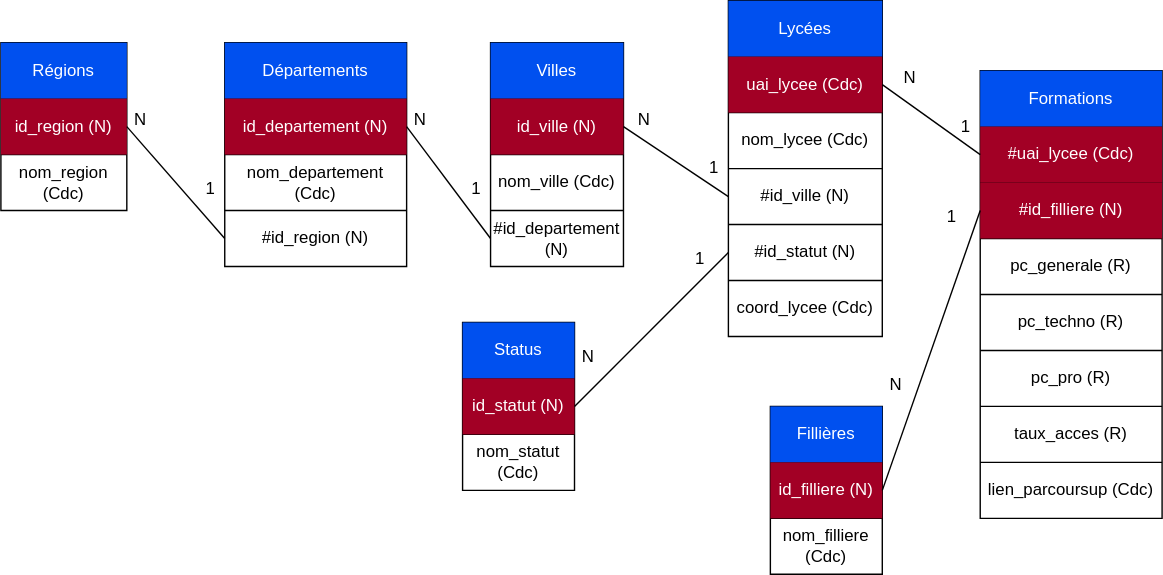
Earlier version of the draw.io export Conception/base.svg (elouan660/prepa-CLI). Source tidied: cells renumbered, new cells last; positions are measured from the earlier drawing's top-left corner, leaving out a move shared by most shapes.
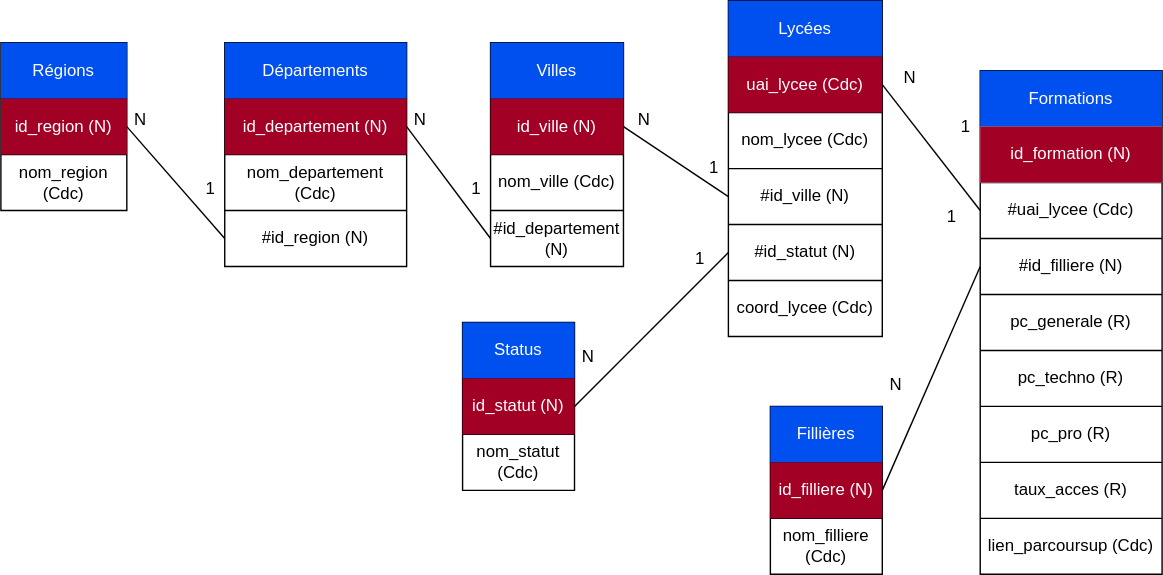
After the commit.

What changed in the source:
```diff
@@ -117,7 +117,7 @@
       <mxGeometry width="110" height="40" as="geometry" />
     </mxCell>
     <mxCell id="40" style="shape=table;startSize=0;" parent="1" vertex="1">
-      <mxGeometry x="700" y="50" width="130" height="320" as="geometry" />
+      <mxGeometry x="700" y="50" width="130" height="360" as="geometry" />
     </mxCell>
     <mxCell id="41" style="shape=tableRow;horizontal=0;startSize=0;swimlaneHead=0;swimlaneBody=0;top=0;left=0;bottom=0;right=0;fillColor=none;" parent="40" vertex="1">
       <mxGeometry width="130" height="40" as="geometry" />
@@ -125,44 +125,50 @@
     <mxCell id="42" value="Formations" style="shape=partialRectangle;html=1;whiteSpace=wrap;overflow=hidden;fillColor=#0050ef;top=0;left=0;bottom=0;right=0;fontColor=#ffffff;strokeColor=#001DBC;" parent="41" vertex="1">
       <mxGeometry width="130" height="40" as="geometry" />
     </mxCell>
+    <mxCell id="89" style="shape=tableRow;horizontal=0;startSize=0;swimlaneHead=0;swimlaneBody=0;top=0;left=0;bottom=0;right=0;" parent="40" vertex="1">
+      <mxGeometry y="40" width="130" height="40" as="geometry" />
+    </mxCell>
+    <mxCell id="90" value="id_formation (N)" style="shape=partialRectangle;html=1;whiteSpace=wrap;overflow=hidden;fillColor=#a20025;top=0;left=0;bottom=0;right=0;fontColor=#ffffff;strokeColor=#6F0000;" parent="89" vertex="1">
+      <mxGeometry width="130" height="40" as="geometry" />
+    </mxCell>
     <mxCell id="43" style="shape=tableRow;horizontal=0;startSize=0;swimlaneHead=0;swimlaneBody=0;top=0;left=0;bottom=0;right=0;fillColor=none;points=[[0,0.5],[1,0.5]];portConstraint=eastwest;" parent="40" vertex="1">
-      <mxGeometry y="40" width="130" height="40" as="geometry" />
+      <mxGeometry y="80" width="130" height="40" as="geometry" />
     </mxCell>
-    <mxCell id="44" value="#uai_lycee (Cdc)" style="shape=partialRectangle;html=1;whiteSpace=wrap;overflow=hidden;fillColor=#a20025;top=0;left=0;bottom=0;right=0;fontColor=#ffffff;strokeColor=#6F0000;" parent="43" vertex="1">
+    <mxCell id="44" value="&lt;font color=&quot;#000000&quot;&gt;#uai_lycee (Cdc)&lt;/font&gt;" style="shape=partialRectangle;html=1;whiteSpace=wrap;overflow=hidden;fillColor=none;top=0;left=0;bottom=0;right=0;fontColor=#ffffff;strokeColor=#F0F0F0;" parent="43" vertex="1">
       <mxGeometry width="130" height="40" as="geometry" />
     </mxCell>
     <mxCell id="45" style="shape=tableRow;horizontal=0;startSize=0;swimlaneHead=0;swimlaneBody=0;top=0;left=0;bottom=0;right=0;fillColor=none;points=[[0,0.5],[1,0.5]];portConstraint=eastwest;" parent="40" vertex="1">
-      <mxGeometry y="80" width="130" height="40" as="geometry" />
+      <mxGeometry y="120" width="130" height="40" as="geometry" />
     </mxCell>
-    <mxCell id="46" value="#id_filliere (N)" style="shape=partialRectangle;html=1;whiteSpace=wrap;overflow=hidden;fillColor=#a20025;top=0;left=0;bottom=0;right=0;fontColor=#ffffff;strokeColor=#6F0000;" parent="45" vertex="1">
+    <mxCell id="46" value="&lt;font color=&quot;#000000&quot;&gt;#id_filliere (N)&lt;/font&gt;" style="shape=partialRectangle;html=1;whiteSpace=wrap;overflow=hidden;fillColor=none;top=0;left=0;bottom=0;right=0;fontColor=#ffffff;strokeColor=#F0F0F0;" parent="45" vertex="1">
       <mxGeometry width="130" height="40" as="geometry" />
     </mxCell>
     <mxCell id="47" style="shape=tableRow;horizontal=0;startSize=0;swimlaneHead=0;swimlaneBody=0;top=0;left=0;bottom=0;right=0;fillColor=none;" parent="40" vertex="1">
-      <mxGeometry y="120" width="130" height="40" as="geometry" />
+      <mxGeometry y="160" width="130" height="40" as="geometry" />
     </mxCell>
     <mxCell id="48" value="pc_generale (R)" style="shape=partialRectangle;html=1;whiteSpace=wrap;overflow=hidden;fillColor=none;top=0;left=0;bottom=0;right=0;" parent="47" vertex="1">
       <mxGeometry width="130" height="40" as="geometry" />
     </mxCell>
     <mxCell id="49" style="shape=tableRow;horizontal=0;startSize=0;swimlaneHead=0;swimlaneBody=0;top=0;left=0;bottom=0;right=0;fillColor=none;" parent="40" vertex="1">
-      <mxGeometry y="160" width="130" height="40" as="geometry" />
+      <mxGeometry y="200" width="130" height="40" as="geometry" />
     </mxCell>
     <mxCell id="50" value="pc_techno (R)" style="shape=partialRectangle;html=1;whiteSpace=wrap;overflow=hidden;fillColor=none;top=0;left=0;bottom=0;right=0;" parent="49" vertex="1">
       <mxGeometry width="130" height="40" as="geometry" />
     </mxCell>
     <mxCell id="51" style="shape=tableRow;horizontal=0;startSize=0;swimlaneHead=0;swimlaneBody=0;top=0;left=0;bottom=0;right=0;fillColor=none;" parent="40" vertex="1">
-      <mxGeometry y="200" width="130" height="40" as="geometry" />
+      <mxGeometry y="240" width="130" height="40" as="geometry" />
     </mxCell>
     <mxCell id="52" value="pc_pro (R)" style="shape=partialRectangle;html=1;whiteSpace=wrap;overflow=hidden;fillColor=none;top=0;left=0;bottom=0;right=0;" parent="51" vertex="1">
       <mxGeometry width="130" height="40" as="geometry" />
     </mxCell>
     <mxCell id="53" style="shape=tableRow;horizontal=0;startSize=0;swimlaneHead=0;swimlaneBody=0;top=0;left=0;bottom=0;right=0;fillColor=none;" parent="40" vertex="1">
-      <mxGeometry y="240" width="130" height="40" as="geometry" />
+      <mxGeometry y="280" width="130" height="40" as="geometry" />
     </mxCell>
     <mxCell id="54" value="taux_acces (R)" style="shape=partialRectangle;html=1;whiteSpace=wrap;overflow=hidden;fillColor=none;top=0;left=0;bottom=0;right=0;" parent="53" vertex="1">
       <mxGeometry width="130" height="40" as="geometry" />
     </mxCell>
     <mxCell id="55" style="shape=tableRow;horizontal=0;startSize=0;swimlaneHead=0;swimlaneBody=0;top=0;left=0;bottom=0;right=0;fillColor=none;" parent="40" vertex="1">
-      <mxGeometry y="280" width="130" height="40" as="geometry" />
+      <mxGeometry y="320" width="130" height="40" as="geometry" />
     </mxCell>
     <mxCell id="56" value="lien_parcoursup (Cdc)" style="shape=partialRectangle;html=1;whiteSpace=wrap;overflow=hidden;fillColor=none;top=0;left=0;bottom=0;right=0;" parent="55" vertex="1">
       <mxGeometry width="130" height="40" as="geometry" />
```
